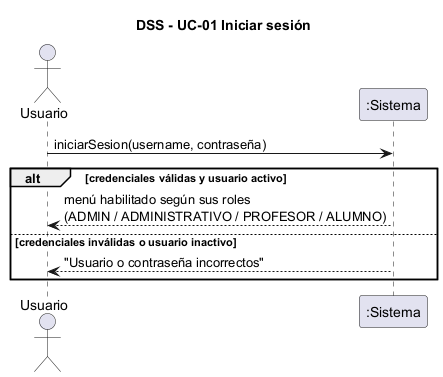
The PlantUML diagram document/diagramas/dss-iniciar-sesion.png in ISMAELALTHENOFER/BACKOFFICE-ACADEMICO-ITEC-N-1, before a commit.
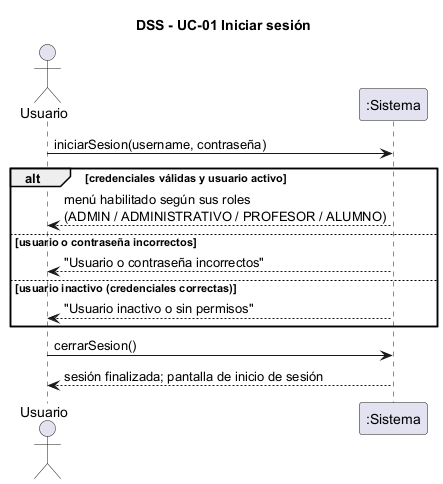
Above is the later version.

What changed in the source:
```diff
@@ -6,7 +6,11 @@
 U -> S : iniciarSesion(username, contraseña)
 alt credenciales válidas y usuario activo
   S --> U : menú habilitado según sus roles\n(ADMIN / ADMINISTRATIVO / PROFESOR / ALUMNO)
-else credenciales inválidas o usuario inactivo
+else usuario o contraseña incorrectos
   S --> U : "Usuario o contraseña incorrectos"
+else usuario inactivo (credenciales correctas)
+  S --> U : "Usuario inactivo o sin permisos"
 end
+U -> S : cerrarSesion()
+S --> U : sesión finalizada; pantalla de inicio de sesión
 @enduml
```
